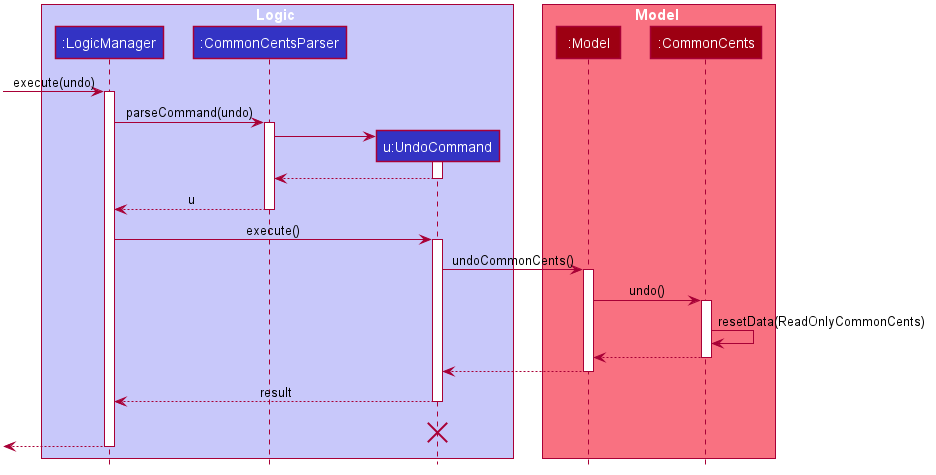
Before: docs/images/UndoSequenceDiagram.png, a diagram exported from PlantUML (nus-cs2103-AY2021S1/tp).
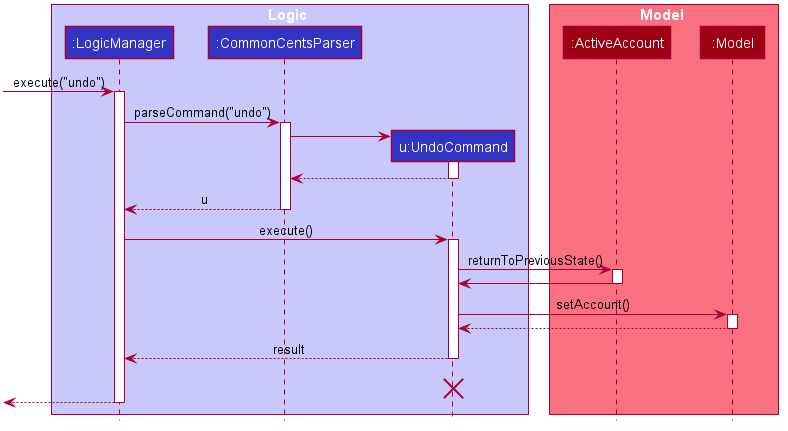
The same file after the commit.

The edit, as a diff of the source:
```diff
@@ -56,13 +56,13 @@
 end box
 
 box Model #F97181
+participant ":ActiveAccount" as ActiveAccount #9D0012
 participant ":Model" as Model #9D0012
-participant ":CommonCents" as CommonCents #9D0012
 end box
-[-> LogicManager : execute(undo)
+[-> LogicManager : execute("undo")
 activate LogicManager
 
-LogicManager -> CommonCentsParser : parseCommand(undo)
+LogicManager -> CommonCentsParser : parseCommand("undo")
 activate CommonCentsParser
 
 create UndoCommand
@@ -78,15 +78,14 @@
 LogicManager -> UndoCommand : execute()
 activate UndoCommand
 
-UndoCommand -> Model : undoCommonCents()
+UndoCommand -> ActiveAccount : returnToPreviousState()
+activate ActiveAccount
+
+ActiveAccount -> UndoCommand
+deactivate ActiveAccount
+
+UndoCommand -> Model : setAccount()
 activate Model
-
-Model -> CommonCents : undo()
-activate CommonCents
-
-CommonCents -> CommonCents :resetData(ReadOnlyCommonCents)
-CommonCents --> Model :
-deactivate CommonCents
 
 Model --> UndoCommand
 deactivate Model
```
